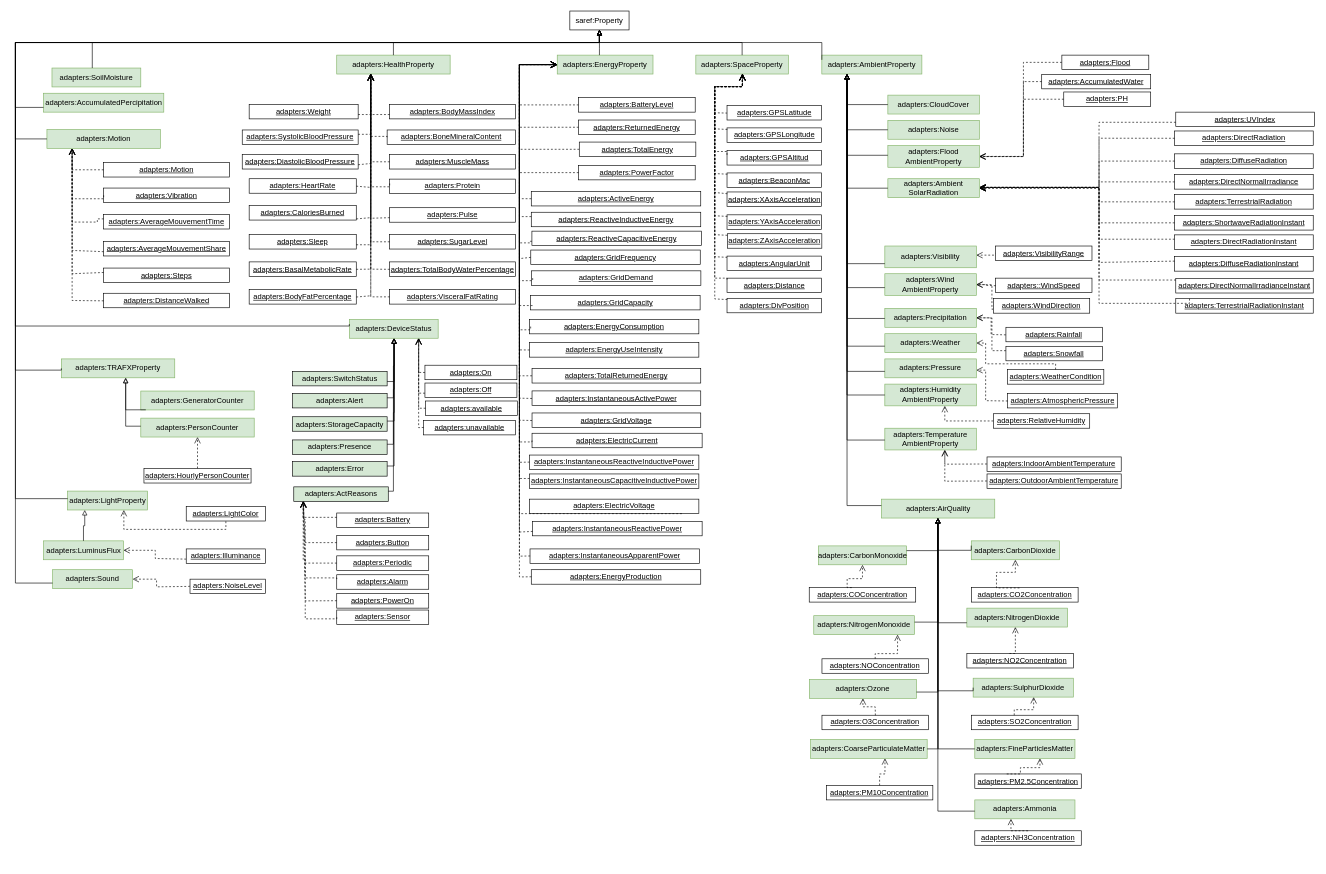
Above: Diagrams/properties.drawio in oeg-upm/auroral-adapters-ontology (draw.io), before the change. Source tidied: cells renumbered, new cells numbered last; positions are measured from the earlier drawing's top-left corner, leaving out a move shared by most shapes. Both pictures are drawn from the tidied source at 63%, with x=0, y=0 at pixel (15, 11).
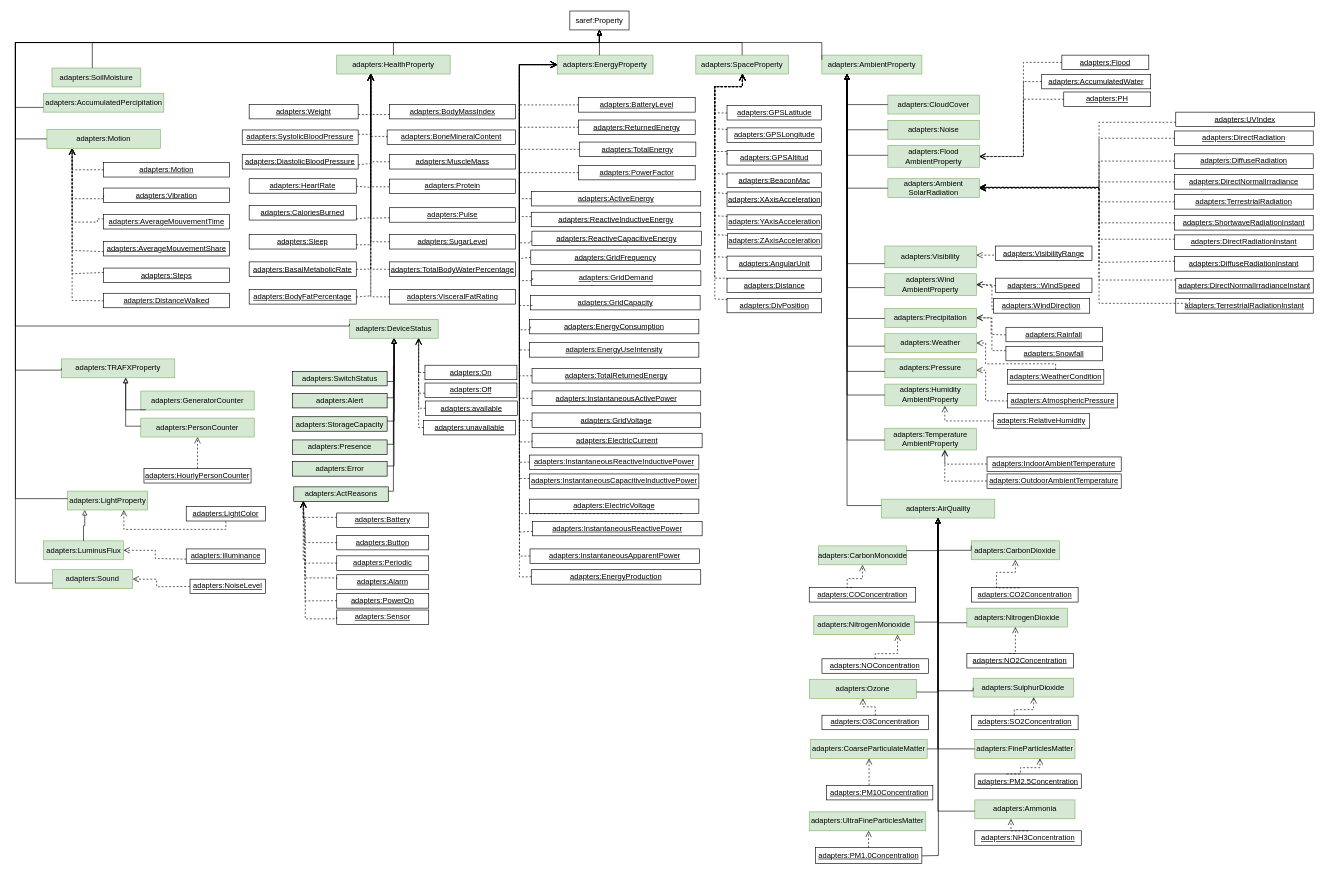
Above is the later version.

The change refers to these unchanged cells:
```xml
<mxCell id="176" value="adapters:AirQuality" style="rounded=0;whiteSpace=wrap;html=1;fillColor=#d5e8d4;strokeColor=#82b366;" parent="1" vertex="1">
  <mxGeometry x="1374.5" y="774.8" width="180" height="30" as="geometry" />
</mxCell>
<mxCell id="191" value="adapters:CoarseParticulateMatter" style="rounded=0;whiteSpace=wrap;html=1;fillColor=#d5e8d4;strokeColor=#82b366;" parent="1" vertex="1">
  <mxGeometry x="1262.2" y="1156.2" width="185" height="30" as="geometry" />
</mxCell>
<mxCell id="195" value="&lt;u&gt;adapters:PM10Concentration&lt;/u&gt;" style="rounded=0;whiteSpace=wrap;html=1;snapToPoint=1;points=[[0.1,0],[0.2,0],[0.3,0],[0.4,0],[0.5,0],[0.6,0],[0.7,0],[0.8,0],[0.9,0],[0,0.1],[0,0.3],[0,0.5],[0,0.7],[0,0.9],[0.1,1],[0.2,1],[0.3,1],[0.4,1],[0.5,1],[0.6,1],[0.7,1],[0.8,1],[0.9,1],[1,0.1],[1,0.3],[1,0.5],[1,0.7],[1,0.9]];" parent="1" vertex="1">
  <mxGeometry x="1287.2" y="1229.2" width="169" height="23" as="geometry" />
</mxCell>
```

Diff of the diagram source:
```diff
@@
-    <mxCell id="200" style="endArrow=open;html=1;fontColor=#000099;endFill=0;dashed=1;endSize=8;edgeStyle=orthogonalEdgeStyle;arcSize=0;exitX=0.5;exitY=0;exitDx=0;exitDy=0;" parent="1" edge="1" source="195" target="191">
+    <mxCell id="200" style="endArrow=open;html=1;fontColor=#000099;endFill=0;dashed=1;endSize=8;edgeStyle=orthogonalEdgeStyle;arcSize=0;" parent="1" edge="1" source="195" target="191">
       <mxGeometry relative="1" as="geometry">
         <Array as="points">
-          <mxPoint x="1372.2" y="1211" />
-          <mxPoint x="1380.2" y="1211" />
+          <mxPoint x="1355" y="1229" />
         </Array>
       </mxGeometry>
     </mxCell>
@@
+    <mxCell id="285" value="adapters:UltraFineParticlesMatter" style="rounded=0;whiteSpace=wrap;html=1;fillColor=#d5e8d4;strokeColor=#82b366;" parent="1" vertex="1">
+      <mxGeometry x="1260" y="1271.2" width="185" height="30" as="geometry" />
+    </mxCell>
+    <mxCell id="286" value="&lt;u&gt;adapters:PM1.0Concentration&lt;/u&gt;" style="rounded=0;whiteSpace=wrap;html=1;snapToPoint=1;points=[[0.1,0],[0.2,0],[0.3,0],[0.4,0],[0.5,0],[0.6,0],[0.7,0],[0.8,0],[0.9,0],[0,0.1],[0,0.3],[0,0.5],[0,0.7],[0,0.9],[0.1,1],[0.2,1],[0.3,1],[0.4,1],[0.5,1],[0.6,1],[0.7,1],[0.8,1],[0.9,1],[1,0.1],[1,0.3],[1,0.5],[1,0.7],[1,0.9]];" parent="1" vertex="1">
+      <mxGeometry x="1269.8" y="1328" width="169" height="25" as="geometry" />
+    </mxCell>
+    <mxCell id="287" style="endArrow=open;html=1;fontColor=#000099;endFill=0;dashed=1;endSize=8;edgeStyle=orthogonalEdgeStyle;arcSize=0;" parent="1" edge="1" source="286" target="285">
+      <mxGeometry relative="1" as="geometry">
+        <Array as="points">
+          <mxPoint x="1351" y="1334" />
+          <mxPoint x="1353" y="1334" />
+        </Array>
+      </mxGeometry>
+    </mxCell>
+    <mxCell id="288" style="edgeStyle=orthogonalEdgeStyle;rounded=0;jettySize=auto;html=1;fontSize=11;endArrow=block;endFill=0;" parent="1" edge="1" source="286" target="176">
+      <mxGeometry relative="1" as="geometry">
+        <Array as="points">
+          <mxPoint x="1465" y="1340" />
+        </Array>
+      </mxGeometry>
+    </mxCell>
```
